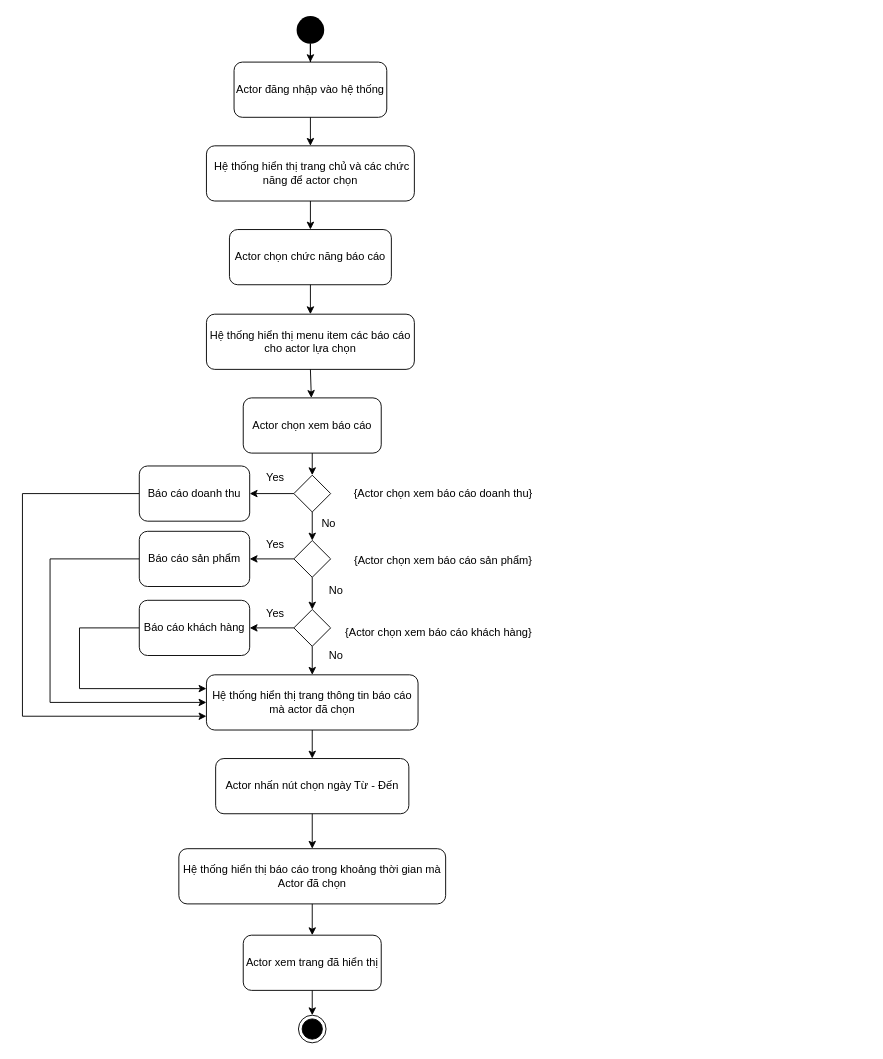
Above: Phân tích/Activity/Báo cáo.drawio in CNPM-Team-1/CNPM (draw.io), before the change. Source tidied: cells renumbered, new cells numbered last; positions are measured from the earlier drawing's top-left corner, leaving out a move shared by most shapes. Both pictures are drawn from the tidied source at 92%, with x=0, y=0 at pixel (22, 16).
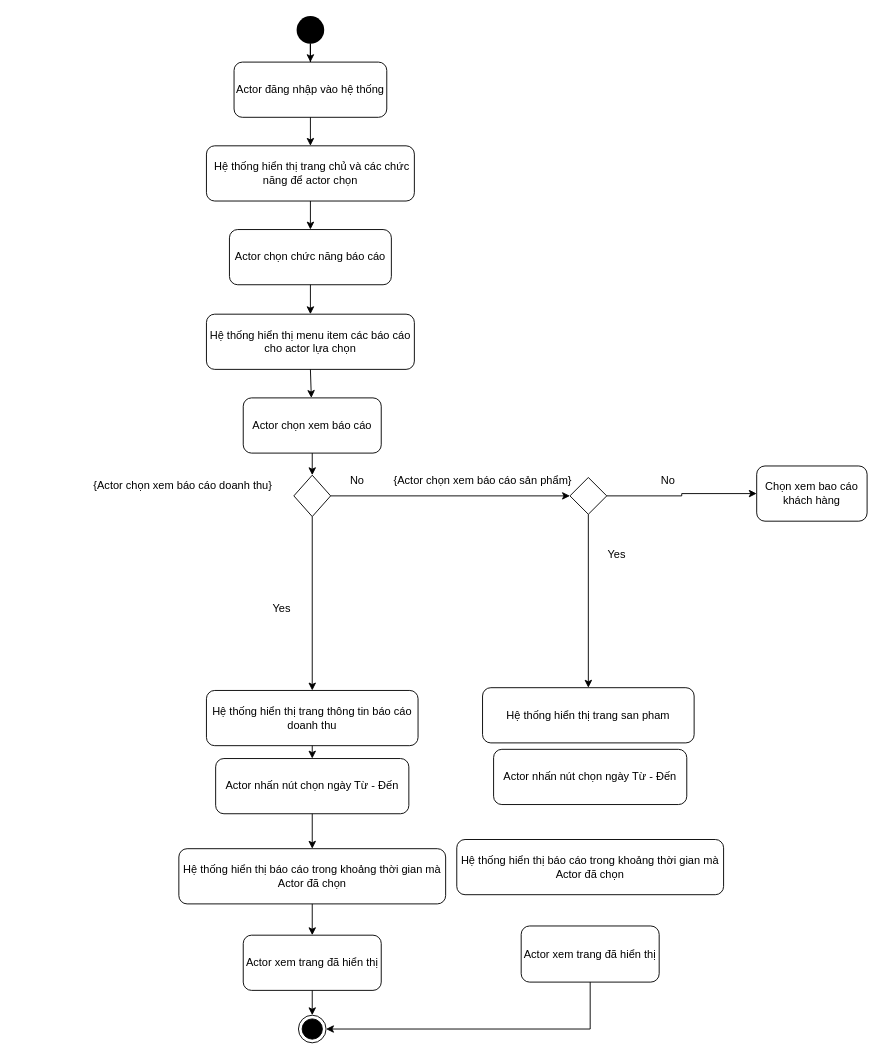
The same diagram, later.

Commit message:
Update Bao cao ( activity)

Unchanged cells that the change refers to:
```xml
<mxCell id="4" style="ellipse;html=1;shape=endState;fillColor=#000000;strokeColor=#000000;" parent="1" vertex="1">
  <mxGeometry x="299.9" y="1086" width="30" height="30" as="geometry" />
</mxCell>
```

Diff of the diagram source:
```diff
@@
-    <mxCell id="10" style="edgeStyle=orthogonalEdgeStyle;rounded=0;jettySize=auto;html=1;" parent="1" edge="1" source="11" target="19">
-      <mxGeometry relative="1" as="geometry" />
-    </mxCell>
-    <mxCell id="11" style="rhombus;whiteSpace=wrap;html=1;" parent="1" vertex="1">
-      <mxGeometry x="294.9" y="645" width="40" height="40" as="geometry" />
-    </mxCell>
-    <mxCell id="12" style="edgeStyle=orthogonalEdgeStyle;rounded=0;jettySize=auto;html=1;entryX=1;entryY=0.5;entryDx=0;entryDy=0;" parent="1" edge="1" source="13" target="17">
-      <mxGeometry relative="1" as="geometry" />
-    </mxCell>
+    <mxCell id="27" style="edgeStyle=orthogonalEdgeStyle;rounded=0;jettySize=auto;html=1;" parent="1" edge="1" source="13" target="15">
+      <mxGeometry relative="1" as="geometry" />
+    </mxCell>
+    <mxCell id="47" style="edgeStyle=orthogonalEdgeStyle;rounded=0;jettySize=auto;html=1;" parent="1" edge="1" source="13" target="29">
+      <mxGeometry relative="1" as="geometry" />
+    </mxCell>
     <mxCell id="13" style="rhombus;whiteSpace=wrap;html=1;" parent="1" vertex="1">
-      <mxGeometry x="294.9" y="499" width="40" height="40" as="geometry" />
+      <mxGeometry x="294.9" y="499" width="40" height="45" as="geometry" />
     </mxCell>
-    <mxCell id="14" style="edgeStyle=orthogonalEdgeStyle;rounded=0;jettySize=auto;html=1;entryX=1;entryY=0.5;entryDx=0;entryDy=0;" parent="1" edge="1" source="15" target="21">
+    <mxCell id="14" style="edgeStyle=orthogonalEdgeStyle;rounded=0;jettySize=auto;html=1;entryX=0.5;entryY=0;entryDx=0;entryDy=0;exitX=0.5;exitY=1;exitDx=0;exitDy=0;" parent="1" edge="1" source="15" target="53">
       <mxGeometry relative="1" as="geometry" />
     </mxCell>
+    <mxCell id="48" style="edgeStyle=orthogonalEdgeStyle;rounded=0;jettySize=auto;html=1;exitX=1;exitY=0.5;exitDx=0;exitDy=0;entryX=0;entryY=0.5;entryDx=0;entryDy=0;" parent="1" edge="1" source="15" target="19">
+      <mxGeometry relative="1" as="geometry" />
+    </mxCell>
     <mxCell id="15" style="rhombus;whiteSpace=wrap;html=1;" parent="1" vertex="1">
-      <mxGeometry x="294.9" y="570" width="40" height="40" as="geometry" />
+      <mxGeometry x="595" y="501.5" width="40" height="40" as="geometry" />
     </mxCell>
-    <mxCell id="16" style="edgeStyle=orthogonalEdgeStyle;rounded=0;jettySize=auto;html=1;entryX=0;entryY=0.75;entryDx=0;entryDy=0;" parent="1" edge="1" source="17" target="29">
-      <mxGeometry relative="1" as="geometry">
-        <Array as="points">
-          <mxPoint x="-0.1" y="519" />
-          <mxPoint x="-0.1" y="761" />
-        </Array>
-      </mxGeometry>
-    </mxCell>
-    <mxCell id="17" value="Báo cáo doanh thu" style="rounded=1;whiteSpace=wrap;html=1;" parent="1" vertex="1">
-      <mxGeometry x="126.9" y="489" width="120" height="60" as="geometry" />
-    </mxCell>
-    <mxCell id="18" style="edgeStyle=orthogonalEdgeStyle;rounded=0;jettySize=auto;html=1;entryX=0;entryY=0.25;entryDx=0;entryDy=0;" parent="1" edge="1" source="19" target="29">
-      <mxGeometry relative="1" as="geometry">
-        <Array as="points">
-          <mxPoint x="186.9" y="665" />
-          <mxPoint x="61.9" y="665" />
-          <mxPoint x="61.9" y="865" />
-        </Array>
-      </mxGeometry>
-    </mxCell>
-    <mxCell id="19" value="Báo cáo khách hàng" style="rounded=1;whiteSpace=wrap;html=1;" parent="1" vertex="1">
-      <mxGeometry x="126.9" y="635" width="120" height="60" as="geometry" />
+    <mxCell id="19" value="Chọn xem bao cáo khách hàng" style="rounded=1;whiteSpace=wrap;html=1;" parent="1" vertex="1">
+      <mxGeometry x="798" y="489" width="120" height="60" as="geometry" />
     </mxCell>
-    <mxCell id="20" style="edgeStyle=orthogonalEdgeStyle;rounded=0;jettySize=auto;html=1;entryX=0;entryY=0.5;entryDx=0;entryDy=0;" parent="1" edge="1" source="21" target="29">
-      <mxGeometry relative="1" as="geometry">
-        <Array as="points">
-          <mxPoint x="186.9" y="590" />
-          <mxPoint x="29.9" y="590" />
-          <mxPoint x="29.9" y="880" />
-        </Array>
-      </mxGeometry>
-    </mxCell>
-    <mxCell id="21" value="Báo cáo sản phẩm" style="rounded=1;whiteSpace=wrap;html=1;" parent="1" vertex="1">
-      <mxGeometry x="126.9" y="560" width="120" height="60" as="geometry" />
-    </mxCell>
@@
-    <mxCell id="27" style="endArrow=classic;html=1;exitX=0.5;exitY=1;exitDx=0;exitDy=0;entryX=0.5;entryY=0;entryDx=0;entryDy=0;" parent="1" edge="1" source="13" target="15">
-      <mxGeometry relative="1" as="geometry" />
-    </mxCell>
-    <mxCell id="28" style="endArrow=classic;html=1;exitX=0.5;exitY=1;exitDx=0;exitDy=0;entryX=0.5;entryY=0;entryDx=0;entryDy=0;" parent="1" edge="1" source="15" target="11">
-      <mxGeometry relative="1" as="geometry" />
-    </mxCell>
-    <mxCell id="29" value="Hệ thống hiển thị trang thông tin báo cáo mà actor đã chọn" style="rounded=1;whiteSpace=wrap;html=1;" parent="1" vertex="1">
-      <mxGeometry x="199.9" y="716" width="230" height="60" as="geometry" />
+    <mxCell id="29" value="Hệ thống hiển thị trang thông tin báo cáo doanh thu" style="rounded=1;whiteSpace=wrap;html=1;" parent="1" vertex="1">
+      <mxGeometry x="199.9" y="733" width="230" height="60" as="geometry" />
     </mxCell>
@@
-    <mxCell id="32" value="{Actor chọn xem báo cáo doanh thu}" style="text;html=1;strokeColor=none;fillColor=none;align=center;verticalAlign=middle;whiteSpace=wrap;rounded=0;" parent="1" vertex="1">
-      <mxGeometry x="352.9" y="509" width="209" height="20" as="geometry" />
-    </mxCell>
     <mxCell id="33" value="{Actor chọn xem báo cáo sản phẩm}" style="text;html=1;strokeColor=none;fillColor=none;align=center;verticalAlign=middle;whiteSpace=wrap;rounded=0;" parent="1" vertex="1">
-      <mxGeometry x="352.9" y="582" width="209" height="20" as="geometry" />
+      <mxGeometry x="395.9" y="495" width="209" height="20" as="geometry" />
     </mxCell>
-    <mxCell id="34" value="{Actor chọn xem báo cáo khách hàng}" style="text;html=1;strokeColor=none;fillColor=none;align=center;verticalAlign=middle;whiteSpace=wrap;rounded=0;" parent="1" vertex="1">
-      <mxGeometry x="347.9" y="660" width="209" height="20" as="geometry" />
-    </mxCell>
@@
-    <mxCell id="36" style="endArrow=classic;html=1;exitX=0.5;exitY=1;exitDx=0;exitDy=0;entryX=0.5;entryY=0;entryDx=0;entryDy=0;" parent="1" edge="1" source="11" target="29">
-      <mxGeometry relative="1" as="geometry" />
-    </mxCell>
@@
     <mxCell id="41" value="Yes" style="text;html=1;strokeColor=none;fillColor=none;align=center;verticalAlign=middle;whiteSpace=wrap;rounded=0;" parent="1" vertex="1">
-      <mxGeometry x="254.9" y="492" width="40" height="20" as="geometry" />
+      <mxGeometry x="262" y="634" width="40" height="20" as="geometry" />
     </mxCell>
     <mxCell id="42" value="Yes" style="text;html=1;strokeColor=none;fillColor=none;align=center;verticalAlign=middle;whiteSpace=wrap;rounded=0;" parent="1" vertex="1">
-      <mxGeometry x="254.9" y="565" width="40" height="20" as="geometry" />
+      <mxGeometry x="626" y="580" width="40" height="10" as="geometry" />
     </mxCell>
-    <mxCell id="43" value="Yes" style="text;html=1;strokeColor=none;fillColor=none;align=center;verticalAlign=middle;whiteSpace=wrap;rounded=0;" parent="1" vertex="1">
-      <mxGeometry x="254.9" y="640" width="40" height="20" as="geometry" />
-    </mxCell>
     <mxCell id="44" value="No" style="text;html=1;strokeColor=none;fillColor=none;align=center;verticalAlign=middle;whiteSpace=wrap;rounded=0;" parent="1" vertex="1">
-      <mxGeometry x="312.9" y="542" width="40" height="20" as="geometry" />
+      <mxGeometry x="344" y="495" width="40" height="20" as="geometry" />
     </mxCell>
     <mxCell id="45" value="No" style="text;html=1;strokeColor=none;fillColor=none;align=center;verticalAlign=middle;whiteSpace=wrap;rounded=0;" parent="1" vertex="1">
-      <mxGeometry x="320.9" y="615" width="40" height="20" as="geometry" />
+      <mxGeometry x="682" y="495" width="40" height="20" as="geometry" />
     </mxCell>
-    <mxCell id="46" value="No" style="text;html=1;strokeColor=none;fillColor=none;align=center;verticalAlign=middle;whiteSpace=wrap;rounded=0;" parent="1" vertex="1">
-      <mxGeometry x="320.9" y="685" width="40" height="20" as="geometry" />
-    </mxCell>
+    <mxCell id="49" style="edgeStyle=orthogonalEdgeStyle;rounded=0;jettySize=auto;html=1;exitX=0.5;exitY=1;exitDx=0;exitDy=0;entryX=1;entryY=0.5;entryDx=0;entryDy=0;" parent="1" edge="1" source="50" target="4">
+      <mxGeometry relative="1" as="geometry" />
+    </mxCell>
+    <mxCell id="50" value="Actor xem trang đã hiển thị" style="rounded=1;whiteSpace=wrap;html=1;" parent="1" vertex="1">
+      <mxGeometry x="542" y="989" width="150" height="61" as="geometry" />
+    </mxCell>
+    <mxCell id="51" value="Actor nhấn nút chọn ngày Từ - Đến" style="rounded=1;whiteSpace=wrap;html=1;" parent="1" vertex="1">
+      <mxGeometry x="512" y="797" width="210" height="60" as="geometry" />
+    </mxCell>
+    <mxCell id="52" value="Hệ thống hiển thị báo cáo trong khoảng thời gian mà Actor đã chọn" style="rounded=1;whiteSpace=wrap;html=1;" parent="1" vertex="1">
+      <mxGeometry x="472" y="895" width="290" height="60" as="geometry" />
+    </mxCell>
+    <mxCell id="53" value="Hệ thống hiển thị trang san pham" style="rounded=1;whiteSpace=wrap;html=1;" parent="1" vertex="1">
+      <mxGeometry x="500" y="730" width="230" height="60" as="geometry" />
+    </mxCell>
+    <mxCell id="32" value="{Actor chọn xem báo cáo doanh thu}" style="text;html=1;strokeColor=none;fillColor=none;align=center;verticalAlign=middle;whiteSpace=wrap;rounded=0;" parent="1" vertex="1">
+      <mxGeometry x="70" y="501" width="209" height="20" as="geometry" />
+    </mxCell>
```
